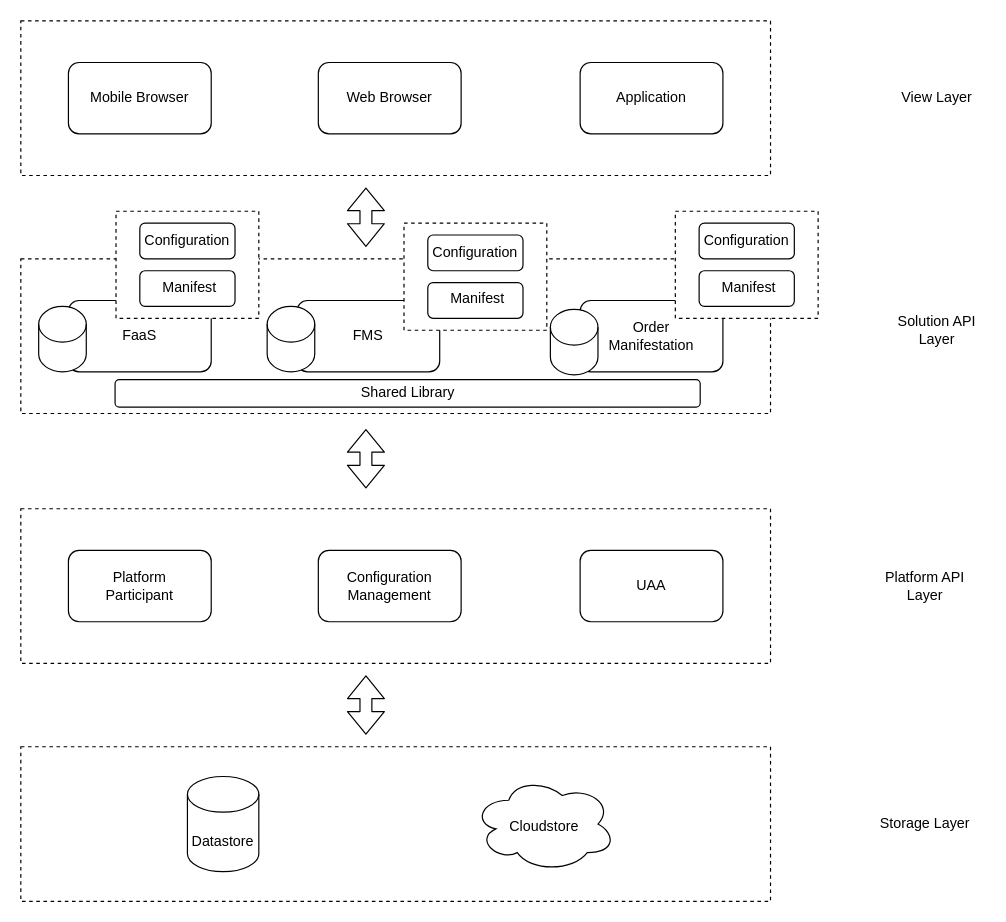
jayanthkmr/architecture-diagrams keeps this draw.io diagram as fpa.drawio. Above is the earlier version. Source tidied: cells renumbered, new cells numbered last; positions are measured from the earlier drawing's top-left corner, leaving out a move shared by most shapes. Both pictures are drawn from the tidied source at 119%, with x=0, y=0 at pixel (20, 20).
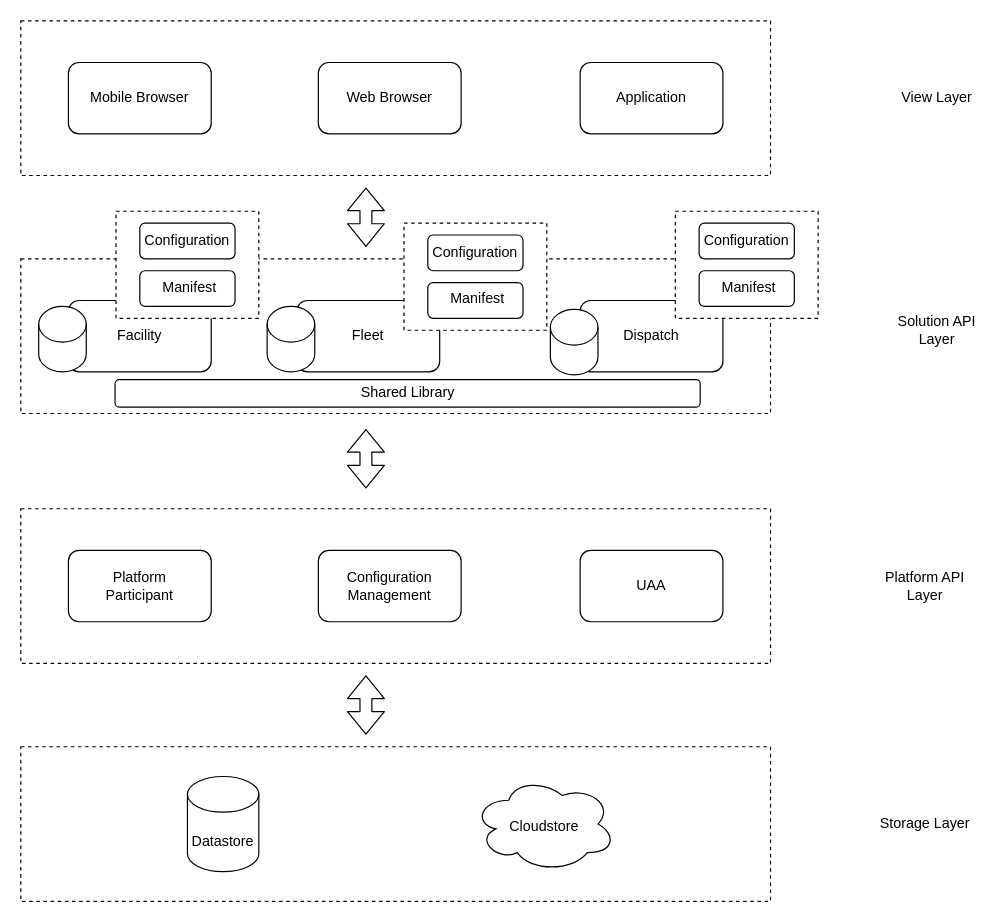
Above is the later version.

The change refers to these unchanged cells:
```xml
<mxCell id="10" style="group;" parent="1" vertex="1">
  <mxGeometry y="200" width="630" height="140" as="geometry" />
</mxCell>
```

The edit, as a diff of the source:
```diff
@@
-    <mxCell id="15" value="FaaS" style="text;html=1;strokeColor=none;fillColor=none;align=center;verticalAlign=middle;whiteSpace=wrap;rounded=0;" parent="10" vertex="1">
+    <mxCell id="15" value="Facility" style="text;html=1;strokeColor=none;fillColor=none;align=center;verticalAlign=middle;whiteSpace=wrap;rounded=0;" parent="10" vertex="1">
       <mxGeometry x="55" y="55" width="90" height="20" as="geometry" />
     </mxCell>
-    <mxCell id="16" value="FMS" style="text;html=1;strokeColor=none;fillColor=none;align=center;verticalAlign=middle;whiteSpace=wrap;rounded=0;" parent="10" vertex="1">
+    <mxCell id="16" value="Fleet" style="text;html=1;strokeColor=none;fillColor=none;align=center;verticalAlign=middle;whiteSpace=wrap;rounded=0;" parent="10" vertex="1">
       <mxGeometry x="247" y="55" width="90" height="20" as="geometry" />
     </mxCell>
-    <mxCell id="17" value="Order&lt;br&gt;Manifestation" style="text;html=1;strokeColor=none;fillColor=none;align=center;verticalAlign=middle;whiteSpace=wrap;rounded=0;" parent="10" vertex="1">
+    <mxCell id="17" value="Dispatch" style="text;html=1;strokeColor=none;fillColor=none;align=center;verticalAlign=middle;whiteSpace=wrap;rounded=0;" parent="10" vertex="1">
       <mxGeometry x="485" y="55" width="90" height="20" as="geometry" />
     </mxCell>
```
